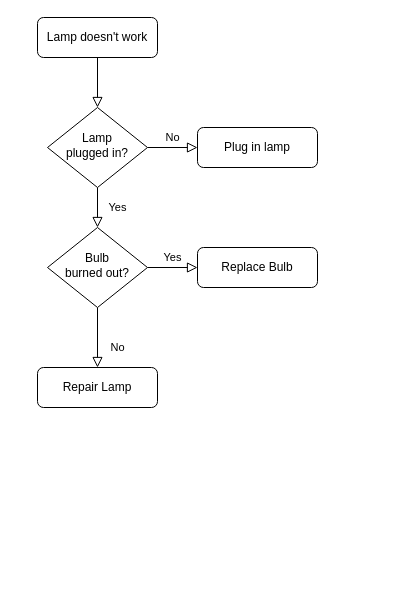
Earlier version of the draw.io diagram Untitled Diagram.drawio (dude-tonight/numpy-100). Source tidied: cells renumbered, new cells numbered last; positions are measured from the earlier drawing's top-left corner, leaving out a move shared by most shapes. Both pictures are drawn from the tidied source at 100%, with x=0, y=0 at pixel (37, 17).
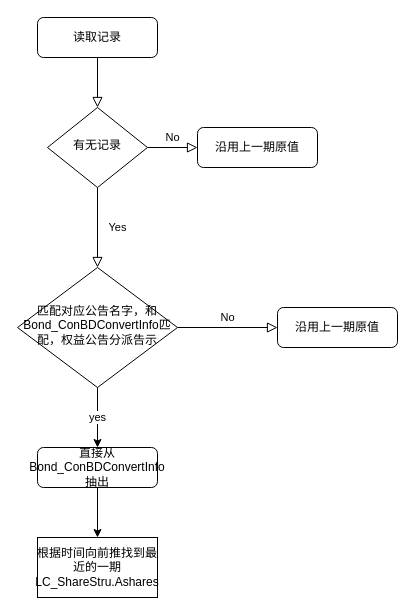
After the change.

Diff of the diagram source:
```diff
@@
 <mxGraphModel>
   <root>
     <mxCell id="0" />
     <mxCell id="1" parent="0" />
     <mxCell id="2" style="rounded=0;html=1;jettySize=auto;fontSize=11;endArrow=block;endFill=0;endSize=8;strokeWidth=1;shadow=0;labelBackgroundColor=none;edgeStyle=orthogonalEdgeStyle;" parent="1" edge="1" source="3" target="6">
       <mxGeometry relative="1" as="geometry" />
     </mxCell>
-    <mxCell id="3" value="Lamp doesn't work" style="rounded=1;whiteSpace=wrap;html=1;fontSize=12;glass=0;strokeWidth=1;shadow=0;" parent="1" vertex="1">
+    <mxCell id="3" value="读取记录" style="rounded=1;whiteSpace=wrap;html=1;fontSize=12;glass=0;strokeWidth=1;shadow=0;" parent="1" vertex="1">
       <mxGeometry width="120" height="40" as="geometry" />
     </mxCell>
     <mxCell id="4" value="Yes" style="rounded=0;html=1;jettySize=auto;fontSize=11;endArrow=block;endFill=0;endSize=8;strokeWidth=1;shadow=0;labelBackgroundColor=none;edgeStyle=orthogonalEdgeStyle;" parent="1" edge="1" source="6" target="10">
       <mxGeometry y="20" relative="1" as="geometry" />
     </mxCell>
     <mxCell id="5" value="No" style="edgeStyle=orthogonalEdgeStyle;rounded=0;html=1;jettySize=auto;fontSize=11;endArrow=block;endFill=0;endSize=8;strokeWidth=1;shadow=0;labelBackgroundColor=none;" parent="1" edge="1" source="6" target="7">
       <mxGeometry y="10" relative="1" as="geometry" />
     </mxCell>
-    <mxCell id="6" value="Lamp&lt;br&gt;plugged in?" style="rhombus;whiteSpace=wrap;html=1;shadow=0;fontFamily=Helvetica;fontSize=12;align=center;strokeWidth=1;spacing=6;spacingTop=-4;" parent="1" vertex="1">
+    <mxCell id="6" value="有无记录" style="rhombus;whiteSpace=wrap;html=1;shadow=0;fontFamily=Helvetica;fontSize=12;align=center;strokeWidth=1;spacing=6;spacingTop=-4;" parent="1" vertex="1">
       <mxGeometry x="10" y="90" width="100" height="80" as="geometry" />
     </mxCell>
-    <mxCell id="7" value="Plug in lamp" style="rounded=1;whiteSpace=wrap;html=1;fontSize=12;glass=0;strokeWidth=1;shadow=0;" parent="1" vertex="1">
+    <mxCell id="7" value="沿用上一期原值" style="rounded=1;whiteSpace=wrap;html=1;fontSize=12;glass=0;strokeWidth=1;shadow=0;" parent="1" vertex="1">
       <mxGeometry x="160" y="110" width="120" height="40" as="geometry" />
     </mxCell>
-    <mxCell id="8" value="No" style="rounded=0;html=1;jettySize=auto;fontSize=11;endArrow=block;endFill=0;endSize=8;strokeWidth=1;shadow=0;labelBackgroundColor=none;edgeStyle=orthogonalEdgeStyle;" parent="1" edge="1" source="10" target="11">
-      <mxGeometry x="0.33" y="20" relative="1" as="geometry" />
-    </mxCell>
-    <mxCell id="9" value="Yes" style="edgeStyle=orthogonalEdgeStyle;rounded=0;html=1;jettySize=auto;fontSize=11;endArrow=block;endFill=0;endSize=8;strokeWidth=1;shadow=0;labelBackgroundColor=none;" parent="1" edge="1" source="10" target="12">
+    <mxCell id="9" value="No" style="edgeStyle=orthogonalEdgeStyle;rounded=0;html=1;jettySize=auto;fontSize=11;endArrow=block;endFill=0;endSize=8;strokeWidth=1;shadow=0;labelBackgroundColor=none;" parent="1" edge="1" source="10" target="12">
       <mxGeometry y="10" relative="1" as="geometry" />
     </mxCell>
-    <mxCell id="10" value="Bulb&lt;br&gt;burned out?" style="rhombus;whiteSpace=wrap;html=1;shadow=0;fontFamily=Helvetica;fontSize=12;align=center;strokeWidth=1;spacing=6;spacingTop=-4;" parent="1" vertex="1">
-      <mxGeometry x="10" y="210" width="100" height="80" as="geometry" />
+    <mxCell id="10" value="匹配对应公告名字，和Bond_ConBDConvertInfo匹配，权益公告分派告示" style="rhombus;whiteSpace=wrap;html=1;shadow=0;fontFamily=Helvetica;fontSize=12;align=center;strokeWidth=1;spacing=6;spacingTop=-4;" parent="1" vertex="1">
+      <mxGeometry x="-20" y="250" width="160" height="120" as="geometry" />
     </mxCell>
-    <mxCell id="11" value="Repair Lamp" style="rounded=1;whiteSpace=wrap;html=1;fontSize=12;glass=0;strokeWidth=1;shadow=0;" parent="1" vertex="1">
-      <mxGeometry y="350" width="120" height="40" as="geometry" />
+    <mxCell id="11" value="直接从Bond_ConBDConvertInfo抽出" style="rounded=1;whiteSpace=wrap;html=1;fontSize=12;glass=0;strokeWidth=1;shadow=0;" parent="1" vertex="1">
+      <mxGeometry y="430" width="120" height="40" as="geometry" />
     </mxCell>
-    <mxCell id="12" value="Replace Bulb" style="rounded=1;whiteSpace=wrap;html=1;fontSize=12;glass=0;strokeWidth=1;shadow=0;" parent="1" vertex="1">
-      <mxGeometry x="160" y="230" width="120" height="40" as="geometry" />
+    <mxCell id="12" value="沿用上一期原值" style="rounded=1;whiteSpace=wrap;html=1;fontSize=12;glass=0;strokeWidth=1;shadow=0;" parent="1" vertex="1">
+      <mxGeometry x="240" y="290" width="120" height="40" as="geometry" />
     </mxCell>
+    <mxCell id="8" value="yes" style="endArrow=classic;html=1;exitX=0.5;exitY=1;exitDx=0;exitDy=0;entryX=0.5;entryY=0;entryDx=0;entryDy=0;" parent="1" edge="1" source="10" target="11">
+      <mxGeometry relative="1" as="geometry" />
+    </mxCell>
+    <mxCell id="13" value="根据时间向前推找到最近的一期LC_ShareStru.Ashares" style="rounded=0;whiteSpace=wrap;html=1;" parent="1" vertex="1">
+      <mxGeometry y="520" width="120" height="60" as="geometry" />
+    </mxCell>
+    <mxCell id="14" style="endArrow=classic;html=1;exitX=0.5;exitY=1;exitDx=0;exitDy=0;entryX=0.5;entryY=0;entryDx=0;entryDy=0;" parent="1" edge="1" source="11" target="13">
+      <mxGeometry relative="1" as="geometry" />
+    </mxCell>
   </root>
 </mxGraphModel>
```
